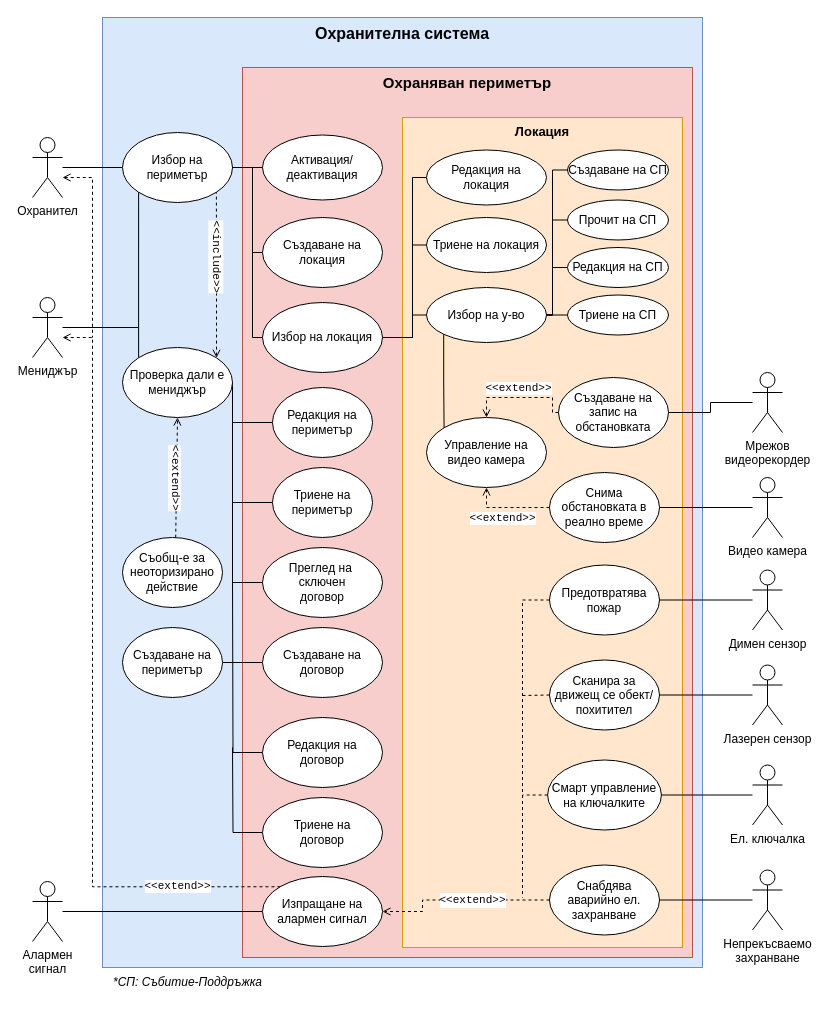
This is 2usecase.drawio from IsmailSalehCode/UML-course-work, a draw.io file, before an edit. Source tidied: cells renumbered, new cells numbered last; positions are measured from the earlier drawing's top-left corner, leaving out a move shared by most shapes. Both pictures are drawn from the tidied source at 100%, with x=0, y=0 at pixel (32, 17).
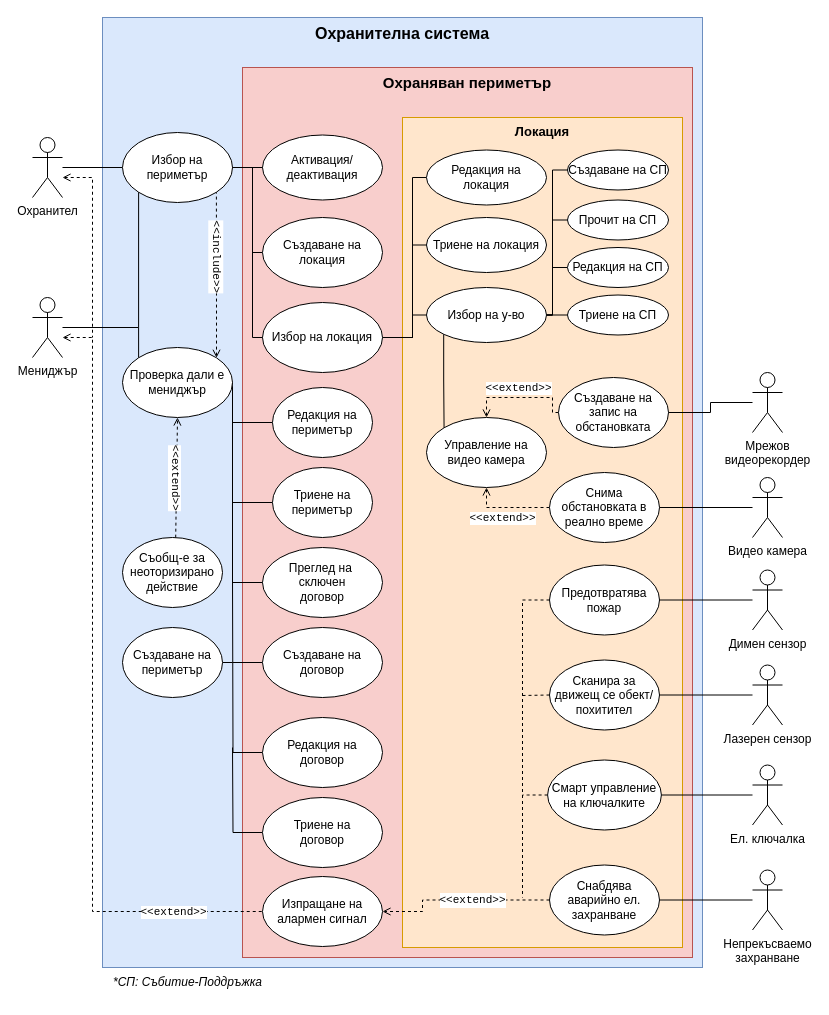
The same page after the edit.

The change refers to these unchanged cells:
```xml
<mxCell id="11" value="Мениджър" style="shape=umlActor;verticalLabelPosition=bottom;verticalAlign=top;html=1;outlineConnect=0;" parent="1" vertex="1">
  <mxGeometry y="280" width="30" height="60" as="geometry" />
</mxCell>
<mxCell id="43" value="Изпращане на алармен сигнал" style="ellipse;whiteSpace=wrap;html=1;" parent="1" vertex="1">
  <mxGeometry x="230" y="859" width="120" height="70" as="geometry" />
</mxCell>
```

Diff of the diagram source:
```diff
@@
-    <mxCell id="22" style="rounded=0;jettySize=auto;html=1;entryX=0;entryY=0.5;entryDx=0;entryDy=0;endArrow=none;endFill=0;" parent="1" edge="1" source="23" target="43">
-      <mxGeometry relative="1" as="geometry" />
-    </mxCell>
-    <mxCell id="23" value="Алармен&lt;div&gt;сигнал&lt;/div&gt;" style="shape=umlActor;verticalLabelPosition=bottom;verticalAlign=top;html=1;outlineConnect=0;" parent="1" vertex="1">
-      <mxGeometry y="864" width="30" height="60" as="geometry" />
-    </mxCell>
@@
-    <mxCell id="44" style="edgeStyle=orthogonalEdgeStyle;rounded=0;jettySize=auto;html=1;entryX=0;entryY=0;entryDx=0;entryDy=0;dashed=1;endArrow=none;endFill=0;startArrow=open;startFill=0;" parent="1" edge="1" source="11" target="43">
+    <mxCell id="44" style="edgeStyle=orthogonalEdgeStyle;rounded=0;jettySize=auto;html=1;entryX=0;entryY=0.5;entryDx=0;entryDy=0;dashed=1;endArrow=none;endFill=0;startArrow=open;startFill=0;" parent="1" edge="1" source="11" target="43">
       <mxGeometry relative="1" as="geometry">
         <Array as="points">
           <mxPoint x="60" y="320" />
-          <mxPoint x="60" y="870" />
-          <mxPoint x="247" y="870" />
+          <mxPoint x="60" y="894" />
         </Array>
       </mxGeometry>
     </mxCell>
     <mxCell id="45" value="&amp;lt;&amp;lt;extend&amp;gt;&amp;gt;" style="edgeLabel;html=1;align=center;verticalAlign=middle;fontFamily=Courier New;" parent="44" vertex="1">
       <mxGeometry x="0.65" relative="1" as="geometry">
-        <mxPoint x="31" y="-1" as="offset" />
+        <mxPoint x="45" as="offset" />
       </mxGeometry>
     </mxCell>
```
